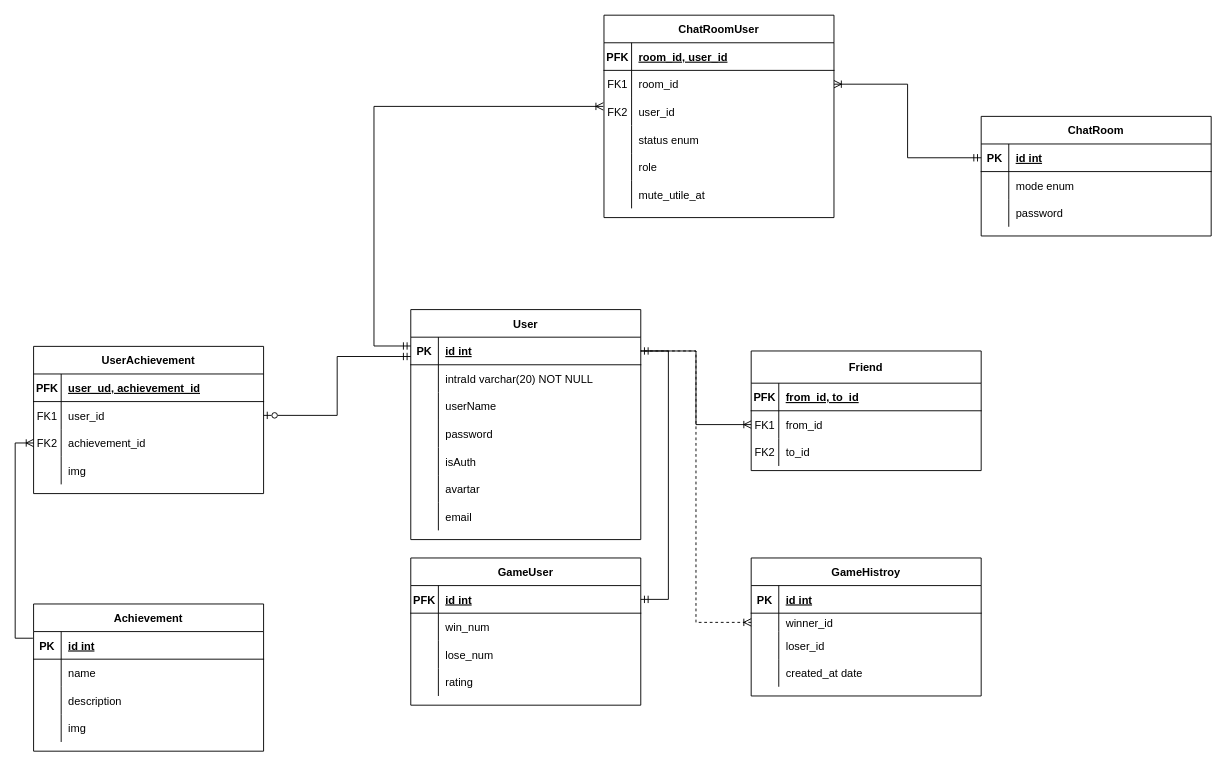
Before: Untitled.drawio in 42MVP/ft_transcendence, a draw.io diagram. Source tidied: cells renumbered, new cells numbered last; positions are measured from the earlier drawing's top-left corner, leaving out a move shared by most shapes. Both pictures are drawn from the tidied source at 92%, with x=0, y=0 at pixel (33, 15).
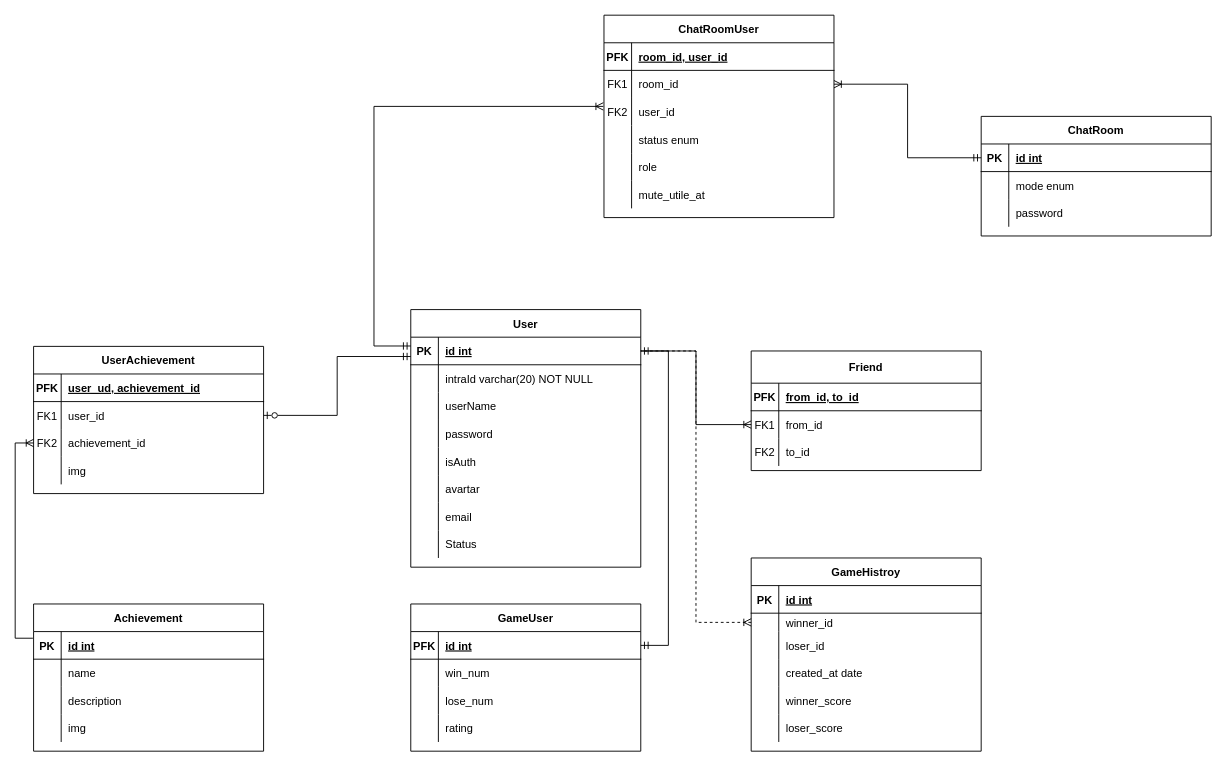
The same page after the edit.

Commit message:
📝 DOC: 테이블에 column 추가

Change to the diagram source:
```diff
@@
     <mxCell id="2" value="User" style="shape=table;startSize=30;childLayout=tableLayout;rowLines=0;fontStyle=1;align=center;" parent="1" vertex="1">
-      <mxGeometry x="410" y="320" width="250" height="250" as="geometry" />
+      <mxGeometry x="410" y="320" width="250" height="280" as="geometry" />
     </mxCell>
@@
+    <mxCell id="122" style="shape=partialRectangle;fillColor=none;top=0;left=0;right=0;bottom=0;" parent="2" vertex="1">
+      <mxGeometry y="240" width="250" height="30" as="geometry" />
+    </mxCell>
+    <mxCell id="123" style="shape=partialRectangle;overflow=hidden;fillColor=none;top=0;left=0;bottom=0;right=0;" parent="122" vertex="1">
+      <mxGeometry width="30" height="30" as="geometry" />
+    </mxCell>
+    <mxCell id="124" value="Status" style="shape=partialRectangle;overflow=hidden;fillColor=none;top=0;left=0;bottom=0;right=0;align=left;spacingLeft=6;" parent="122" vertex="1">
+      <mxGeometry x="30" width="220" height="30" as="geometry" />
+    </mxCell>
@@
     <mxCell id="34" value="GameUser" style="shape=table;startSize=30;childLayout=tableLayout;rowLines=0;fontStyle=1;align=center;" parent="1" vertex="1">
-      <mxGeometry x="410" y="590" width="250" height="160" as="geometry" />
+      <mxGeometry x="410" y="640" width="250" height="160" as="geometry" />
     </mxCell>
@@
     <mxCell id="47" value="GameHistroy" style="shape=table;startSize=30;childLayout=tableLayout;rowLines=0;fontStyle=1;align=center;" parent="1" vertex="1">
-      <mxGeometry x="780" y="590" width="250" height="150" as="geometry" />
+      <mxGeometry x="780" y="590" width="250" height="210" as="geometry" />
     </mxCell>
@@
+    <mxCell id="125" style="shape=partialRectangle;fillColor=none;top=0;left=0;right=0;bottom=0;" parent="47" vertex="1">
+      <mxGeometry y="140" width="250" height="30" as="geometry" />
+    </mxCell>
+    <mxCell id="126" style="shape=partialRectangle;overflow=hidden;fillColor=none;top=0;left=0;bottom=0;right=0;" parent="125" vertex="1">
+      <mxGeometry width="30" height="30" as="geometry" />
+    </mxCell>
+    <mxCell id="127" value="winner_score" style="shape=partialRectangle;overflow=hidden;fillColor=none;top=0;left=0;bottom=0;right=0;align=left;spacingLeft=6;" parent="125" vertex="1">
+      <mxGeometry x="30" width="220" height="30" as="geometry" />
+    </mxCell>
+    <mxCell id="128" style="shape=partialRectangle;fillColor=none;top=0;left=0;right=0;bottom=0;" parent="47" vertex="1">
+      <mxGeometry y="170" width="250" height="30" as="geometry" />
+    </mxCell>
+    <mxCell id="129" style="shape=partialRectangle;overflow=hidden;fillColor=none;top=0;left=0;bottom=0;right=0;" parent="128" vertex="1">
+      <mxGeometry width="30" height="30" as="geometry" />
+    </mxCell>
+    <mxCell id="130" value="loser_score" style="shape=partialRectangle;overflow=hidden;fillColor=none;top=0;left=0;bottom=0;right=0;align=left;spacingLeft=6;" parent="128" vertex="1">
+      <mxGeometry x="30" width="220" height="30" as="geometry" />
+    </mxCell>
```
